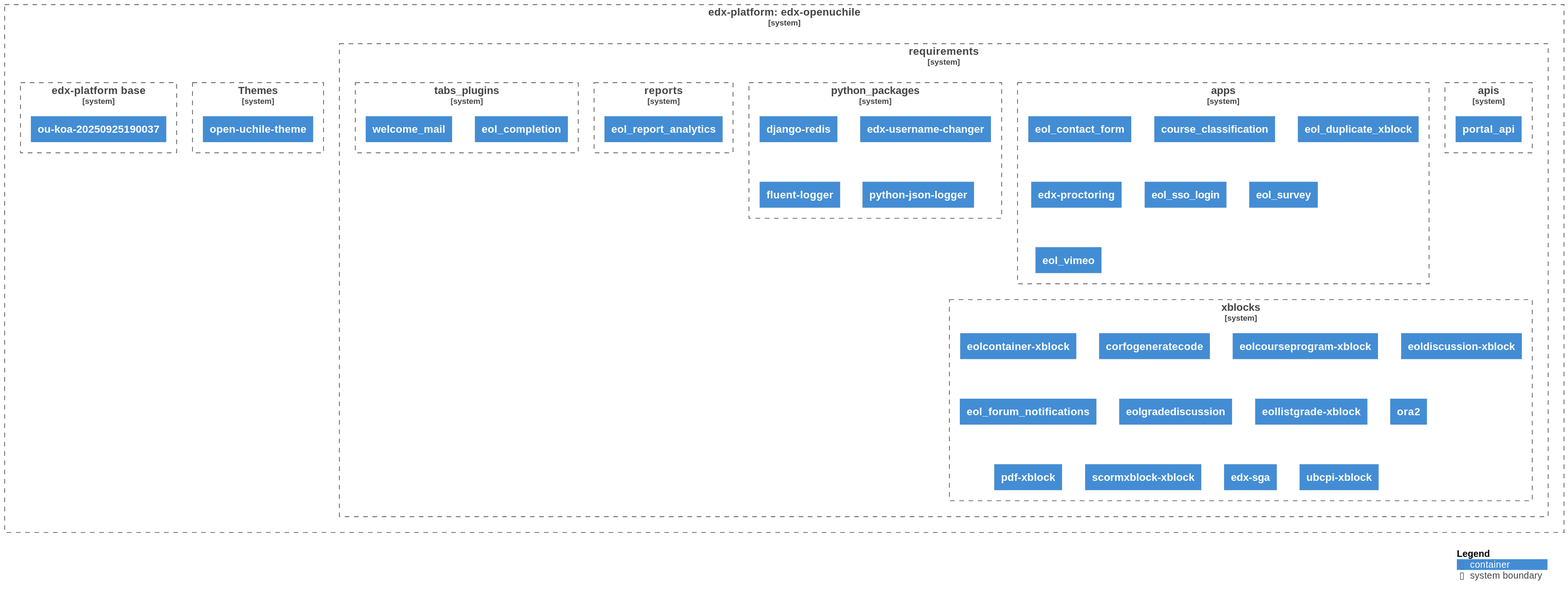
Above: diagrams/diagram.svg in eol-uchile/edx-openuchile (PlantUML), before the change.
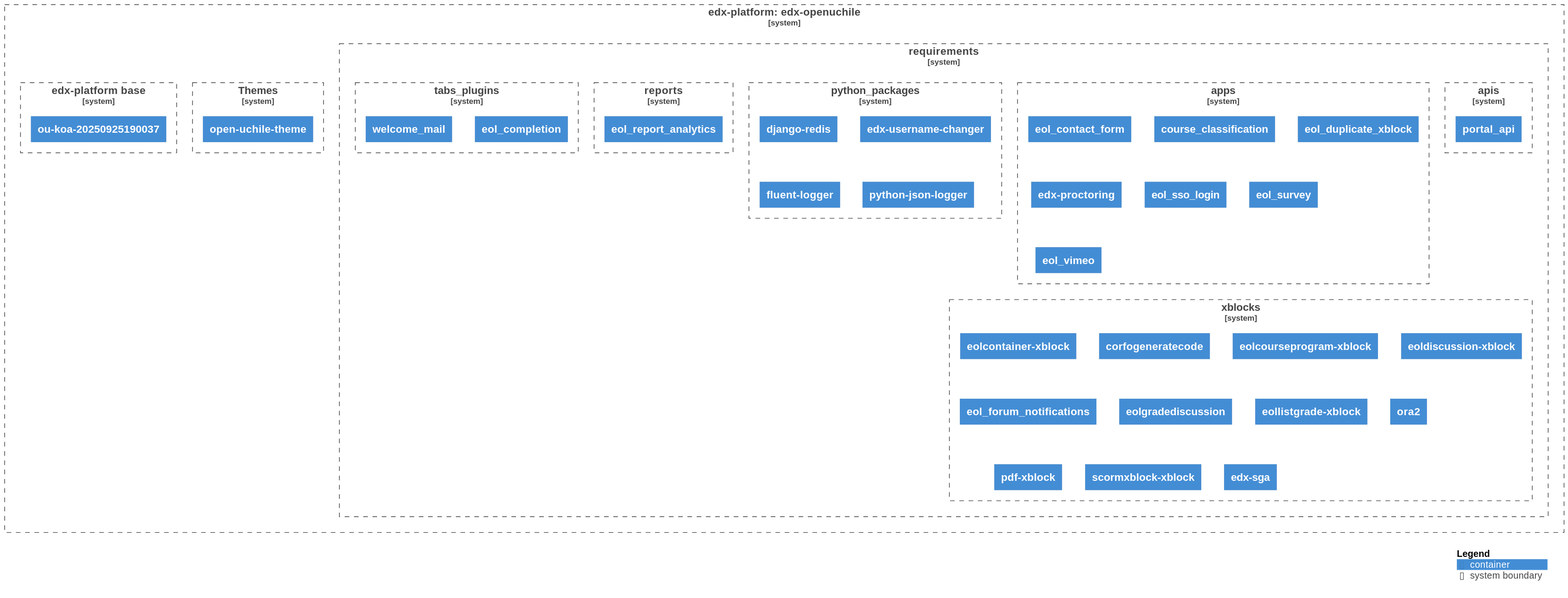
After the commit.

Commit message:
chore: Auto-generate UML diagram

Change to the diagram source:
```diff
@@ -81,8 +81,6 @@
 
                 Container(xblocks11, "edx-sga", $link="https://github.com/eol-uchile/edx-sga/commit/12948a546025eddf570eee59820b0356d42f6620")
 
-                Container(xblocks12, "ubcpi-xblock", $link="https://github.com/eol-uchile/ubcpi/commit/ae4bac403c89fd6c6525cedb7171a66e3aefca4c")
-
             }
 
     }
```
